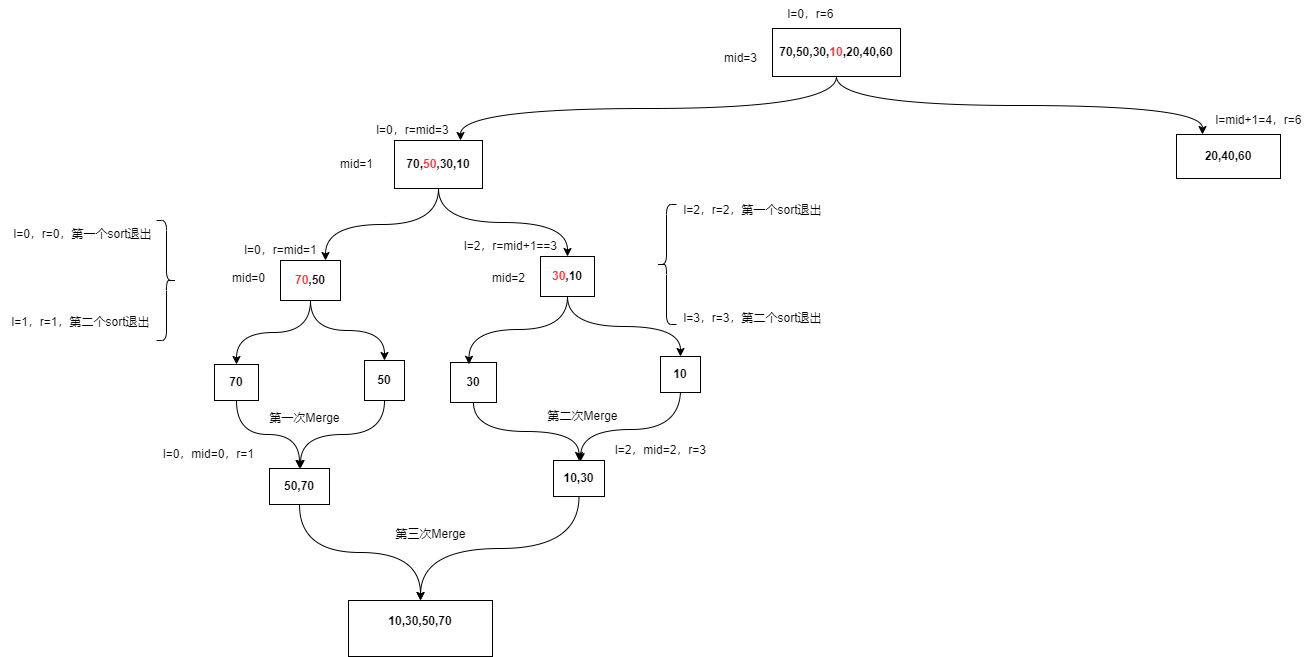
The draw.io diagram AlgorithmsAndDataStructures/归并算法.drawio.png in wjb0823/drawio, before a commit. Source tidied: cells renumbered, new cells last; positions are measured from the earlier drawing's top-left corner, leaving out a move shared by most shapes.
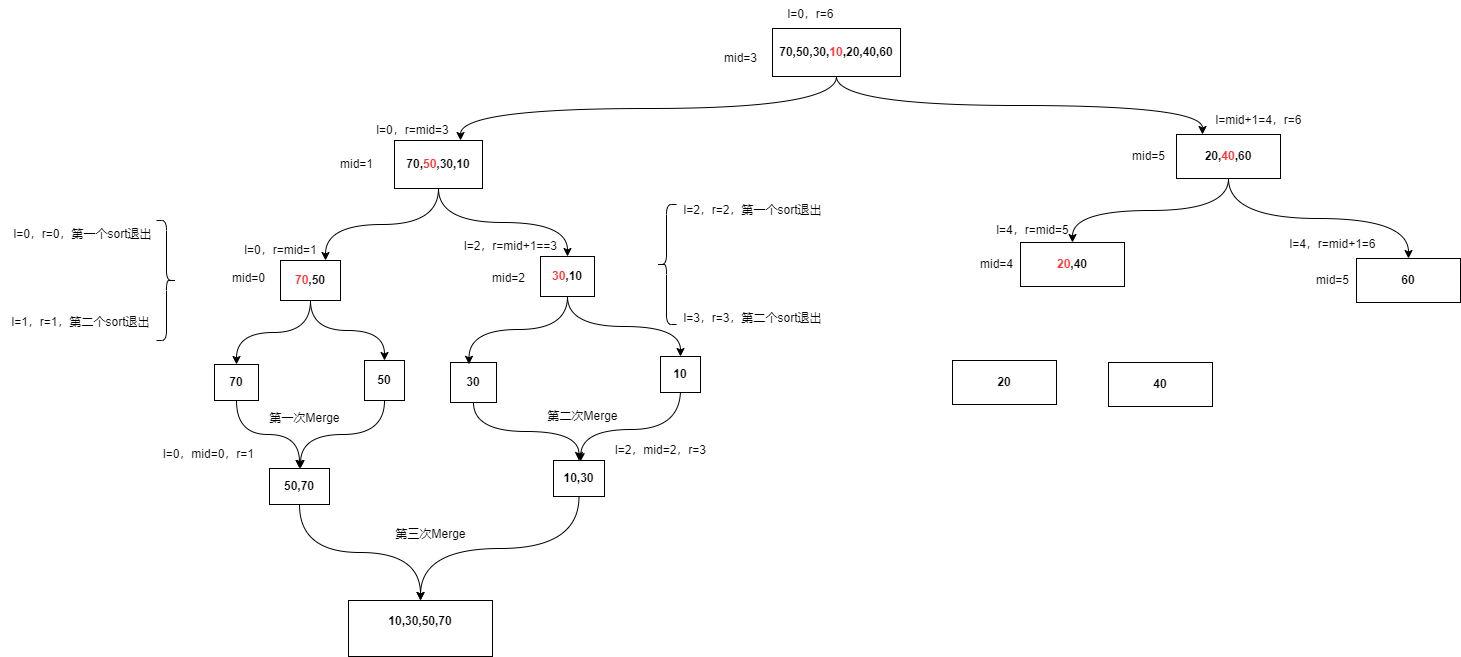
The same diagram one commit later.

Commit message:
更新归并算法.drawio.png

What changed in the source:
```diff
@@ -11,7 +11,10 @@
     <mxCell id="4" value="&lt;b&gt;70,50,30,&lt;font color=&quot;#ff3333&quot;&gt;10&lt;/font&gt;,20,40,60&lt;/b&gt;" style="rounded=0;whiteSpace=wrap;html=1;" parent="1" vertex="1">
       <mxGeometry x="772" y="28" width="128" height="48" as="geometry" />
     </mxCell>
+    <mxCell id="48" style="edgeStyle=orthogonalEdgeStyle;rounded=0;jettySize=auto;html=1;exitX=0.5;exitY=1;exitDx=0;exitDy=0;curved=1;" parent="1" edge="1" source="5" target="50">
+      <mxGeometry relative="1" as="geometry" />
+    </mxCell>
-    <mxCell id="5" value="&lt;b&gt;20,40,60&lt;/b&gt;" style="rounded=0;whiteSpace=wrap;html=1;" parent="1" vertex="1">
+    <mxCell id="5" value="&lt;b&gt;20,&lt;font color=&quot;#ff3333&quot;&gt;40&lt;/font&gt;,60&lt;/b&gt;" style="rounded=0;whiteSpace=wrap;html=1;" parent="1" vertex="1">
       <mxGeometry x="1176" y="134" width="104" height="44" as="geometry" />
     </mxCell>
     <mxCell id="6" style="edgeStyle=orthogonalEdgeStyle;rounded=0;jettySize=auto;html=1;entryX=0.75;entryY=0;entryDx=0;entryDy=0;curved=1;exitX=0.5;exitY=1;exitDx=0;exitDy=0;" parent="1" edge="1" source="8" target="11">
@@ -151,5 +154,35 @@
     <mxCell id="47" value="l=2，mid=2，r=3" style="text;html=1;align=center;verticalAlign=middle;strokeColor=none;fillColor=none;" parent="1" vertex="1">
       <mxGeometry x="604" y="436" width="112" height="28" as="geometry" />
     </mxCell>
+    <mxCell id="49" value="&lt;b&gt;&lt;font color=&quot;#ff3333&quot;&gt;20&lt;/font&gt;,40&lt;/b&gt;" style="rounded=0;whiteSpace=wrap;html=1;" parent="1" vertex="1">
+      <mxGeometry x="1020" y="242" width="104" height="44" as="geometry" />
+    </mxCell>
+    <mxCell id="50" value="&lt;b&gt;60&lt;/b&gt;" style="rounded=0;whiteSpace=wrap;html=1;" parent="1" vertex="1">
+      <mxGeometry x="1356" y="258" width="104" height="44" as="geometry" />
+    </mxCell>
+    <mxCell id="51" value="mid=5" style="text;html=1;align=center;verticalAlign=middle;strokeColor=none;fillColor=none;" parent="1" vertex="1">
+      <mxGeometry x="1120" y="142" width="56" height="28" as="geometry" />
+    </mxCell>
+    <mxCell id="52" value="l=4，r=mid=5" style="text;html=1;align=center;verticalAlign=middle;strokeColor=none;fillColor=none;" parent="1" vertex="1">
+      <mxGeometry x="984" y="216" width="96" height="28" as="geometry" />
+    </mxCell>
+    <mxCell id="53" style="edgeStyle=orthogonalEdgeStyle;rounded=0;jettySize=auto;html=1;exitX=0.5;exitY=1;exitDx=0;exitDy=0;entryX=0.5;entryY=0;entryDx=0;entryDy=0;curved=1;" parent="1" edge="1" source="5" target="49">
+      <mxGeometry relative="1" as="geometry" />
+    </mxCell>
+    <mxCell id="54" value="l=4，r=mid+1=6" style="text;html=1;align=center;verticalAlign=middle;strokeColor=none;fillColor=none;" parent="1" vertex="1">
+      <mxGeometry x="1278" y="230" width="108" height="28" as="geometry" />
+    </mxCell>
+    <mxCell id="55" value="mid=4" style="text;html=1;align=center;verticalAlign=middle;strokeColor=none;fillColor=none;" parent="1" vertex="1">
+      <mxGeometry x="968" y="250" width="56" height="28" as="geometry" />
+    </mxCell>
+    <mxCell id="56" value="mid=5" style="text;html=1;align=center;verticalAlign=middle;strokeColor=none;fillColor=none;" parent="1" vertex="1">
+      <mxGeometry x="1304" y="266" width="56" height="28" as="geometry" />
+    </mxCell>
+    <mxCell id="57" value="&lt;b&gt;20&lt;/b&gt;" style="rounded=0;whiteSpace=wrap;html=1;" parent="1" vertex="1">
+      <mxGeometry x="952" y="360" width="104" height="44" as="geometry" />
+    </mxCell>
+    <mxCell id="58" value="&lt;b&gt;40&lt;/b&gt;" style="rounded=0;whiteSpace=wrap;html=1;" parent="1" vertex="1">
+      <mxGeometry x="1108" y="362" width="104" height="44" as="geometry" />
+    </mxCell>
   </root>
 </mxGraphModel>
```
